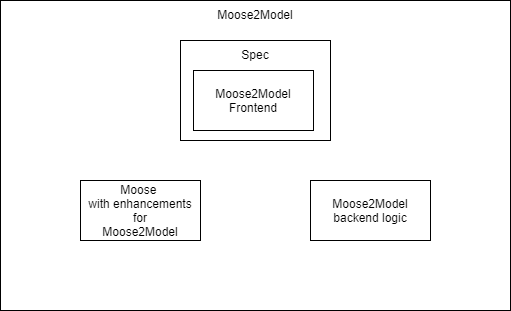
Moose2Model/Moose2Model keeps this draw.io diagram as Documentation/images/Moose2Model Block Level 1.png. Above is the earlier version. Source tidied: cells renumbered, new cells last; positions are measured from the earlier drawing's top-left corner, leaving out a move shared by most shapes.
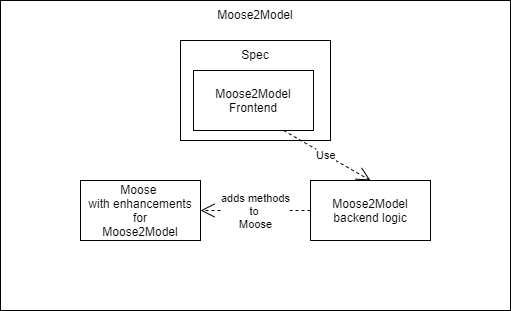
Above is the later version.

Change to the diagram source:
```diff
@@ -17,5 +17,11 @@
     <mxCell id="6" value="Moose2Model&lt;br&gt;backend logic" style="rounded=0;whiteSpace=wrap;html=1;" parent="1" vertex="1">
       <mxGeometry x="310" y="180" width="120" height="60" as="geometry" />
     </mxCell>
+    <mxCell id="7" value="adds methods&lt;br&gt;to&amp;nbsp;&lt;br&gt;Moose" style="endArrow=open;endSize=12;dashed=1;html=1;exitX=0;exitY=0.5;exitDx=0;exitDy=0;entryX=1;entryY=0.5;entryDx=0;entryDy=0;" parent="1" edge="1" source="6" target="4">
+      <mxGeometry relative="1" as="geometry" />
+    </mxCell>
+    <mxCell id="8" value="Use" style="endArrow=open;endSize=12;dashed=1;html=1;exitX=0.75;exitY=1;exitDx=0;exitDy=0;entryX=0.5;entryY=0;entryDx=0;entryDy=0;" parent="1" edge="1" source="5" target="6">
+      <mxGeometry relative="1" as="geometry" />
+    </mxCell>
   </root>
 </mxGraphModel>
```
